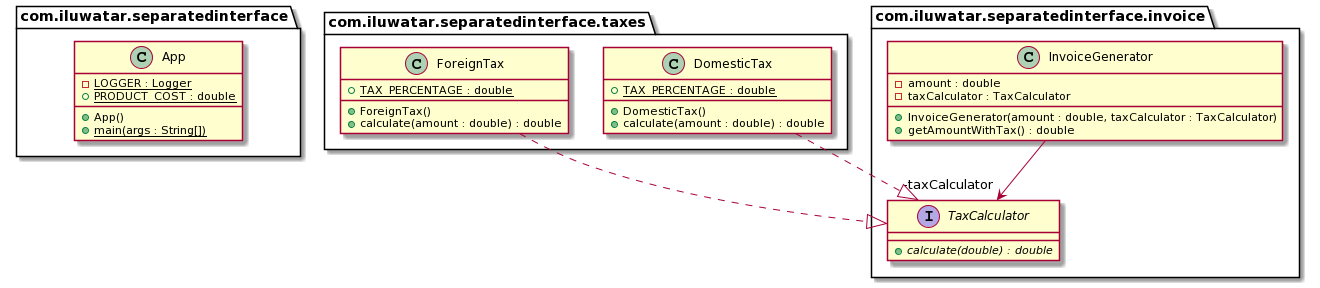
This is separated-interface/etc/class_diagram.png from NatalieSty/java-design-patterns, a PlantUML export, as it was before one commit. The source it was exported from:
```plantuml
@startuml
package com.iluwatar.separatedinterface {
  class App {
    - LOGGER : Logger {static}
    + PRODUCT_COST : double {static}
    + App()
    + main(args : String[]) {static}
  }
}
package com.iluwatar.separatedinterface.taxes {
  class DomesticTax {
    + TAX_PERCENTAGE : double {static}
    + DomesticTax()
    + calculate(amount : double) : double
  }
  class ForeignTax {
    + TAX_PERCENTAGE : double {static}
    + ForeignTax()
    + calculate(amount : double) : double
  }
}
package com.iluwatar.separatedinterface.invoice {
  class InvoiceGenerator {
    - amount : double
    - taxCalculator : TaxCalculator
    + InvoiceGenerator(amount : double, taxCalculator : TaxCalculator)
    + getAmountWithTax() : double
  }
  interface TaxCalculator {
    + calculate(double) : double {abstract}
  }
}
InvoiceGenerator -->  "-taxCalculator" TaxCalculator
DomesticTax ..|> TaxCalculator
ForeignTax ..|> TaxCalculator
@enduml
```
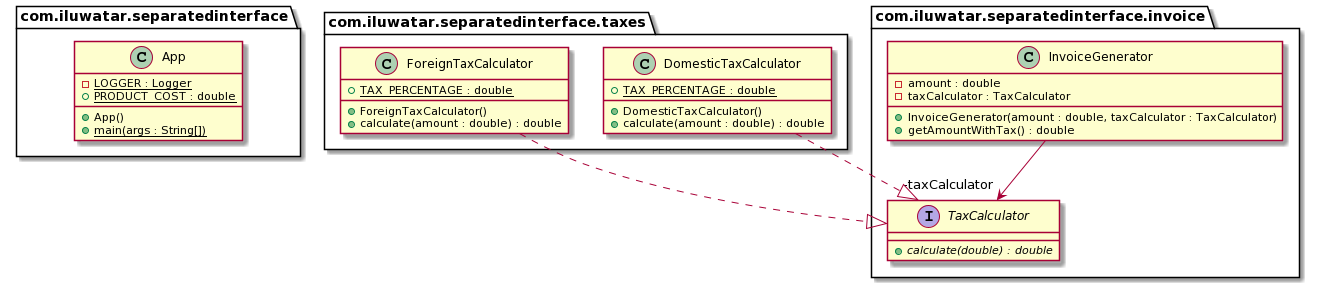
Above is the later version.

Commit message:
#1313 Rename DomesticTax,ForeignTax and review fixes

Change to the diagram source:
```diff
@@ -8,14 +8,14 @@
   }
 }
 package com.iluwatar.separatedinterface.taxes {
-  class DomesticTax {
+  class DomesticTaxCalculator {
     + TAX_PERCENTAGE : double {static}
-    + DomesticTax()
+    + DomesticTaxCalculator()
     + calculate(amount : double) : double
   }
-  class ForeignTax {
+  class ForeignTaxCalculator {
     + TAX_PERCENTAGE : double {static}
-    + ForeignTax()
+    + ForeignTaxCalculator()
     + calculate(amount : double) : double
   }
 }
@@ -31,6 +31,6 @@
   }
 }
 InvoiceGenerator -->  "-taxCalculator" TaxCalculator
-DomesticTax ..|> TaxCalculator
-ForeignTax ..|> TaxCalculator
+DomesticTaxCalculator ..|> TaxCalculator
+ForeignTaxCalculator ..|> TaxCalculator
 @enduml
```
